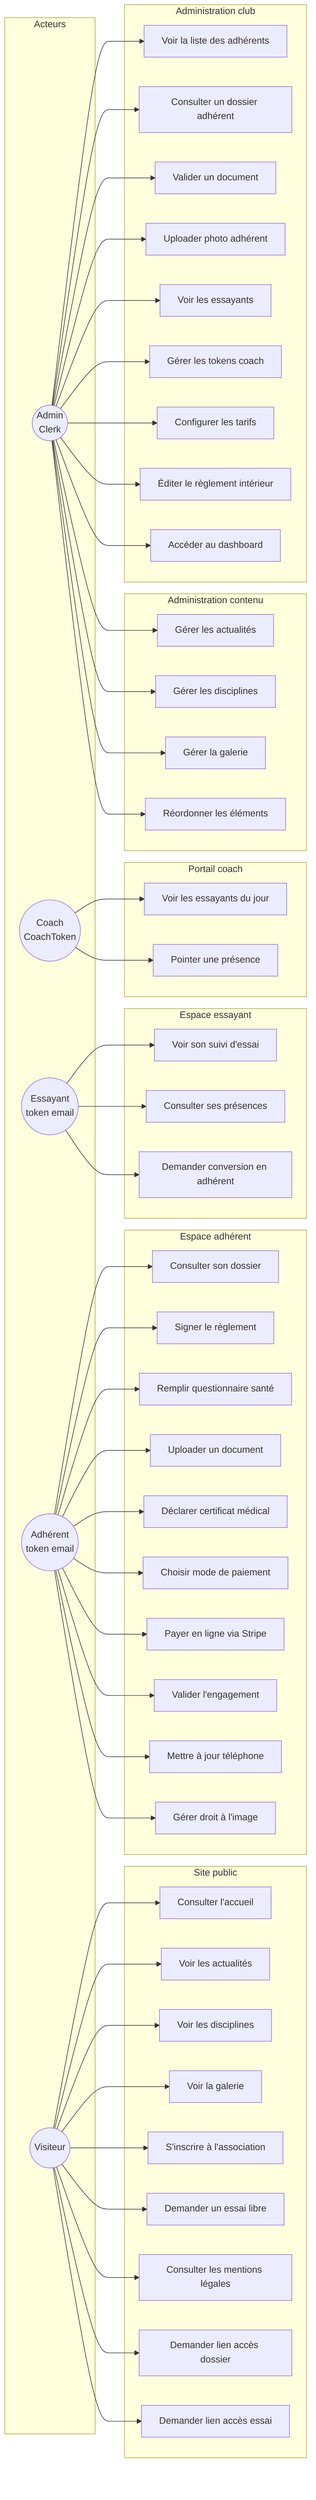
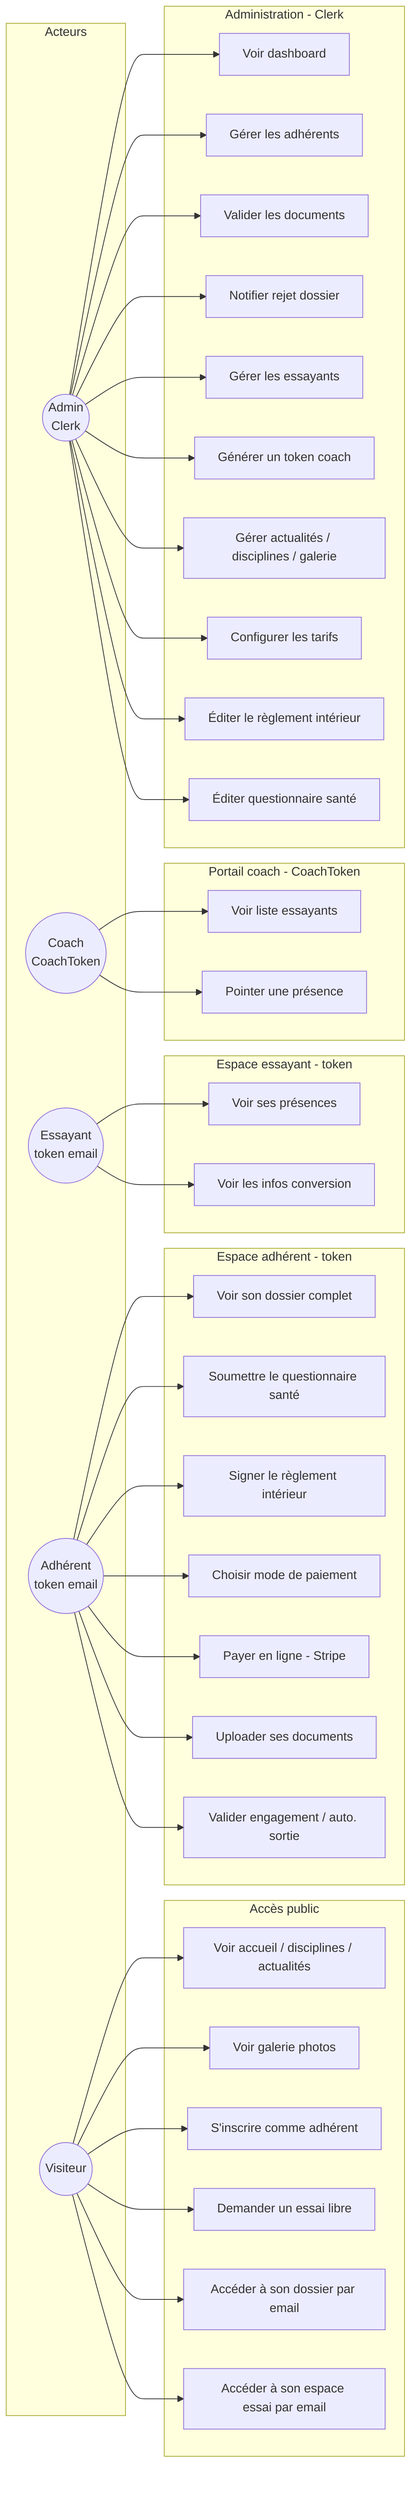
- ```mermaid
graph LR
  subgraph Acteurs
-     V((Visiteur))
-     ADH((Adhérent<br/>token email))
-     ESS((Essayant<br/>token email))
+     VISITOR((Visiteur))
+     ADHERENT((Adhérent<br/>token email))
+     ESSAYANT((Essayant<br/>token email))
    COACH((Coach<br/>CoachToken))
-     ADM((Admin<br/>Clerk))
+     ADMIN((Admin<br/>Clerk))
  end

-   subgraph "Site public"
-     UC1[Consulter l'accueil]
-     UC2[Voir les actualités]
-     UC3[Voir les disciplines]
-     UC4[Voir la galerie]
-     UC5[S'inscrire à l'association]
-     UC6[Demander un essai libre]
-     UC7[Consulter les mentions légales]
-     UC8[Demander lien accès dossier]
-     UC9[Demander lien accès essai]
+   subgraph Public["Accès public"]
+     UC1[Voir accueil / disciplines / actualités]
+     UC2[Voir galerie photos]
+     UC3[S'inscrire comme adhérent]
+     UC4[Demander un essai libre]
+     UC5[Accéder à son dossier par email]
+     UC6[Accéder à son espace essai par email]
  end

-   subgraph "Espace adhérent"
-     UC10[Consulter son dossier]
-     UC11[Signer le règlement]
-     UC12[Remplir questionnaire santé]
-     UC13[Uploader un document]
-     UC14[Déclarer certificat médical]
-     UC15[Choisir mode de paiement]
-     UC16[Payer en ligne via Stripe]
-     UC17[Valider l'engagement]
-     UC18[Mettre à jour téléphone]
-     UC19[Gérer droit à l'image]
+   subgraph DossierAdherent["Espace adhérent - token"]
+     UC7[Voir son dossier complet]
+     UC8[Soumettre le questionnaire santé]
+     UC9[Signer le règlement intérieur]
+     UC10[Choisir mode de paiement]
+     UC11[Payer en ligne - Stripe]
+     UC12[Uploader ses documents]
+     UC13[Valider engagement / auto. sortie]
  end

-   subgraph "Espace essayant"
-     UC20[Voir son suivi d'essai]
-     UC21[Consulter ses présences]
-     UC22[Demander conversion en adhérent]
+   subgraph EspaceEssai["Espace essayant - token"]
+     UC14[Voir ses présences]
+     UC15[Voir les infos conversion]
  end

-   subgraph "Portail coach"
-     UC23[Voir les essayants du jour]
-     UC24[Pointer une présence]
+   subgraph EspaceCoach["Portail coach - CoachToken"]
+     UC16[Voir liste essayants]
+     UC17[Pointer une présence]
  end

-   subgraph "Administration contenu"
-     UC25[Gérer les actualités]
-     UC26[Gérer les disciplines]
-     UC27[Gérer la galerie]
-     UC28[Réordonner les éléments]
+   subgraph Admin["Administration - Clerk"]
+     UC18[Voir dashboard]
+     UC19[Gérer les adhérents]
+     UC20[Valider les documents]
+     UC21[Notifier rejet dossier]
+     UC22[Gérer les essayants]
+     UC23[Générer un token coach]
+     UC24[Gérer actualités / disciplines / galerie]
+     UC25[Configurer les tarifs]
+     UC26[Éditer le règlement intérieur]
+     UC27[Éditer questionnaire santé]
  end

-   subgraph "Administration club"
-     UC29[Voir la liste des adhérents]
-     UC30[Consulter un dossier adhérent]
-     UC31[Valider un document]
-     UC32[Uploader photo adhérent]
-     UC33[Voir les essayants]
-     UC34[Gérer les tokens coach]
-     UC35[Configurer les tarifs]
-     UC36[Éditer le règlement intérieur]
-     UC37[Accéder au dashboard]
-   end
+   VISITOR --> UC1
+   VISITOR --> UC2
+   VISITOR --> UC3
+   VISITOR --> UC4
+   VISITOR --> UC5
+   VISITOR --> UC6

-   V --> UC1
-   V --> UC2
-   V --> UC3
-   V --> UC4
-   V --> UC5
-   V --> UC6
-   V --> UC7
-   V --> UC8
-   V --> UC9
+   ADHERENT --> UC7
+   ADHERENT --> UC8
+   ADHERENT --> UC9
+   ADHERENT --> UC10
+   ADHERENT --> UC11
+   ADHERENT --> UC12
+   ADHERENT --> UC13

-   ADH --> UC10
-   ADH --> UC11
-   ADH --> UC12
-   ADH --> UC13
-   ADH --> UC14
-   ADH --> UC15
-   ADH --> UC16
-   ADH --> UC17
-   ADH --> UC18
-   ADH --> UC19
+   ESSAYANT --> UC14
+   ESSAYANT --> UC15

-   ESS --> UC20
-   ESS --> UC21
-   ESS --> UC22
+   COACH --> UC16
+   COACH --> UC17

-   COACH --> UC23
-   COACH --> UC24
- 
-   ADM --> UC25
-   ADM --> UC26
-   ADM --> UC27
-   ADM --> UC28
-   ADM --> UC29
-   ADM --> UC30
-   ADM --> UC31
-   ADM --> UC32
-   ADM --> UC33
-   ADM --> UC34
-   ADM --> UC35
-   ADM --> UC36
-   ADM --> UC37
- ```
+   ADMIN --> UC18
+   ADMIN --> UC19
+   ADMIN --> UC20
+   ADMIN --> UC21
+   ADMIN --> UC22
+   ADMIN --> UC23
+   ADMIN --> UC24
+   ADMIN --> UC25
+   ADMIN --> UC26
+   ADMIN --> UC27
